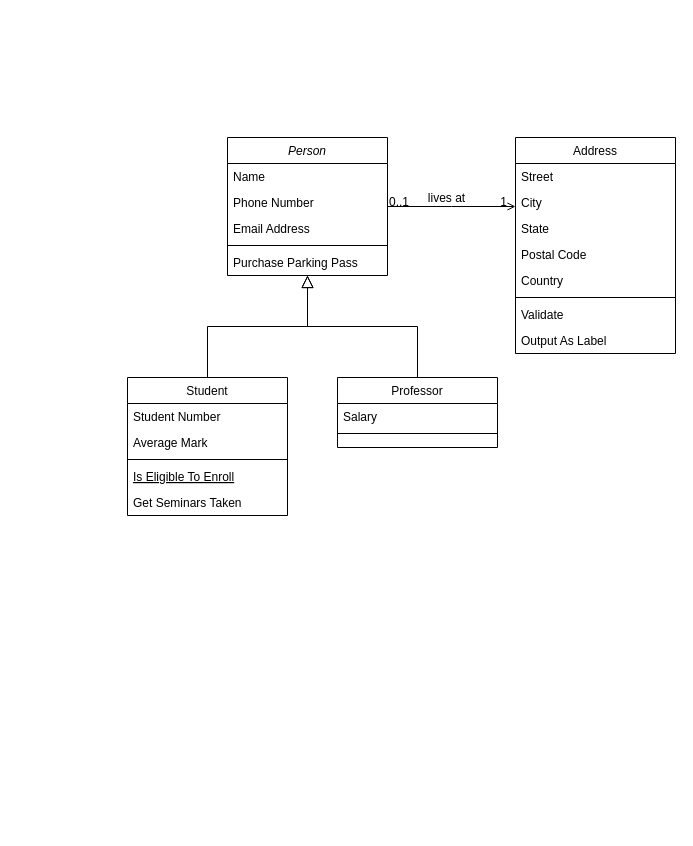
Above: EcommercSсheme.drawio in Error404-2/basic-js (draw.io), before the change. Source tidied: cells renumbered, new cells numbered last; positions are measured from the earlier drawing's top-left corner, leaving out a move shared by most shapes. Both pictures are drawn from the tidied source at 100%, with x=0, y=0 at pixel (127, 137).
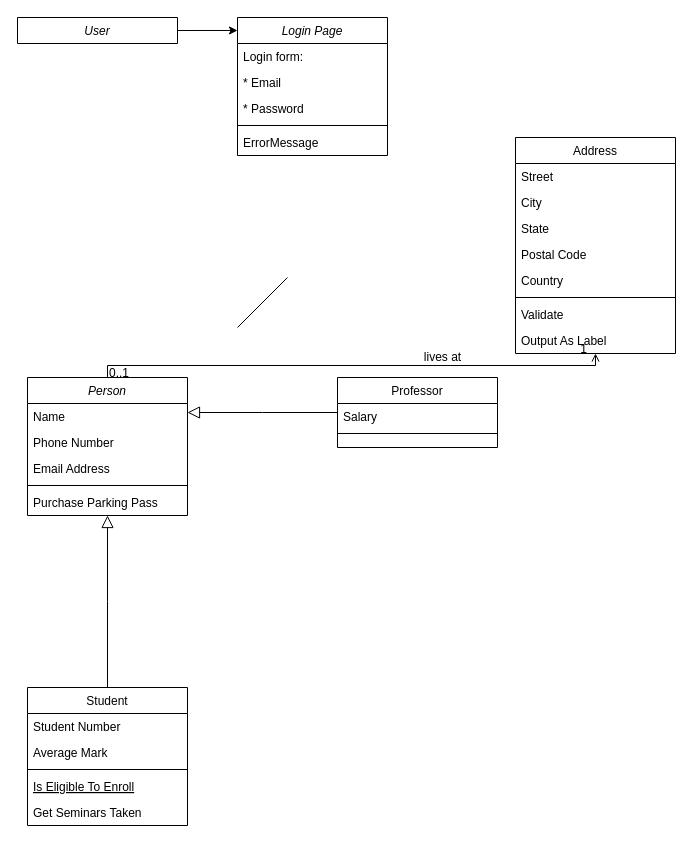
The same page after the edit.

Change to the diagram source:
```diff
@@
     <mxCell id="2" value="Person" style="swimlane;fontStyle=2;align=center;verticalAlign=top;horizontal=1;startSize=26;rounded=0;shadow=0;strokeWidth=1;" parent="1" vertex="1">
-      <mxGeometry x="100" width="160" height="138" as="geometry" />
+      <mxGeometry x="-100" y="240" width="160" height="138" as="geometry" />
     </mxCell>
@@
     <mxCell id="8" value="Student" style="swimlane;fontStyle=0;align=center;verticalAlign=top;horizontal=1;startSize=26;rounded=0;shadow=0;strokeWidth=1;" parent="1" vertex="1">
-      <mxGeometry y="240" width="160" height="138" as="geometry" />
+      <mxGeometry x="-100" y="550" width="160" height="138" as="geometry" />
     </mxCell>
@@
+    <mxCell id="32" style="edgeStyle=orthogonalEdgeStyle;rounded=0;jettySize=auto;html=1;exitX=1;exitY=0.5;exitDx=0;exitDy=0;entryX=0;entryY=0.094;entryDx=0;entryDy=0;entryPerimeter=0;" parent="1" edge="1" source="33" target="34">
+      <mxGeometry relative="1" as="geometry" />
+    </mxCell>
+    <mxCell id="33" value="User" style="swimlane;fontStyle=2;align=center;verticalAlign=top;horizontal=1;startSize=26;rounded=0;shadow=0;strokeWidth=1;" parent="1" vertex="1" collapsed="1">
+      <mxGeometry x="-110" y="-120" width="160" height="26" as="geometry" />
+    </mxCell>
+    <mxCell id="34" value="Login Page" style="swimlane;fontStyle=2;align=center;verticalAlign=top;horizontal=1;startSize=26;rounded=0;shadow=0;strokeWidth=1;" parent="1" vertex="1">
+      <mxGeometry x="110" y="-120" width="150" height="138" as="geometry" />
+    </mxCell>
+    <mxCell id="35" value="Login form:" style="text;align=left;verticalAlign=top;spacingLeft=4;spacingRight=4;overflow=hidden;" parent="34" vertex="1">
+      <mxGeometry y="26" width="150" height="26" as="geometry" />
+    </mxCell>
+    <mxCell id="36" value="* Email" style="text;align=left;verticalAlign=top;spacingLeft=4;spacingRight=4;overflow=hidden;rounded=0;shadow=0;html=0;" parent="34" vertex="1">
+      <mxGeometry y="52" width="150" height="26" as="geometry" />
+    </mxCell>
+    <mxCell id="37" value="* Password" style="text;align=left;verticalAlign=top;spacingLeft=4;spacingRight=4;overflow=hidden;rounded=0;shadow=0;html=0;" parent="34" vertex="1">
+      <mxGeometry y="78" width="150" height="26" as="geometry" />
+    </mxCell>
+    <mxCell id="38" style="line;html=1;strokeWidth=1;align=left;verticalAlign=middle;spacingTop=-1;spacingLeft=3;spacingRight=3;labelPosition=right;" parent="34" vertex="1">
+      <mxGeometry y="104" width="150" height="8" as="geometry" />
+    </mxCell>
+    <mxCell id="39" value="ErrorMessage" style="text;align=left;verticalAlign=top;spacingLeft=4;spacingRight=4;overflow=hidden;" parent="34" vertex="1">
+      <mxGeometry y="112" width="150" height="26" as="geometry" />
+    </mxCell>
+    <mxCell id="40" style="endArrow=none;html=1;rounded=0;" parent="1" edge="1">
+      <mxGeometry relative="1" as="geometry">
+        <mxPoint x="110" y="190" as="sourcePoint" />
+        <mxPoint x="160" y="140" as="targetPoint" />
+      </mxGeometry>
+    </mxCell>
```
